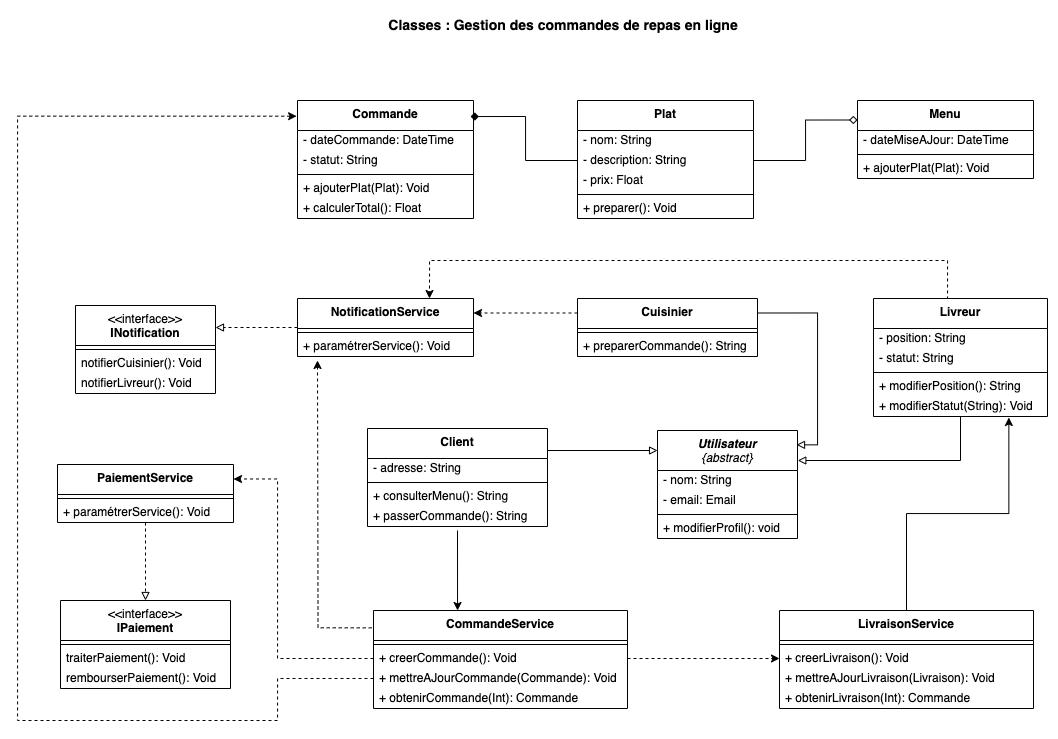
This is Semaine 1 - UML/images/05-example.png from nicolasvauchenet/cours_methodologie, a draw.io export, as it was before one commit. Source tidied: cells renumbered, new cells last; positions are measured from the earlier drawing's top-left corner, leaving out a move shared by most shapes.
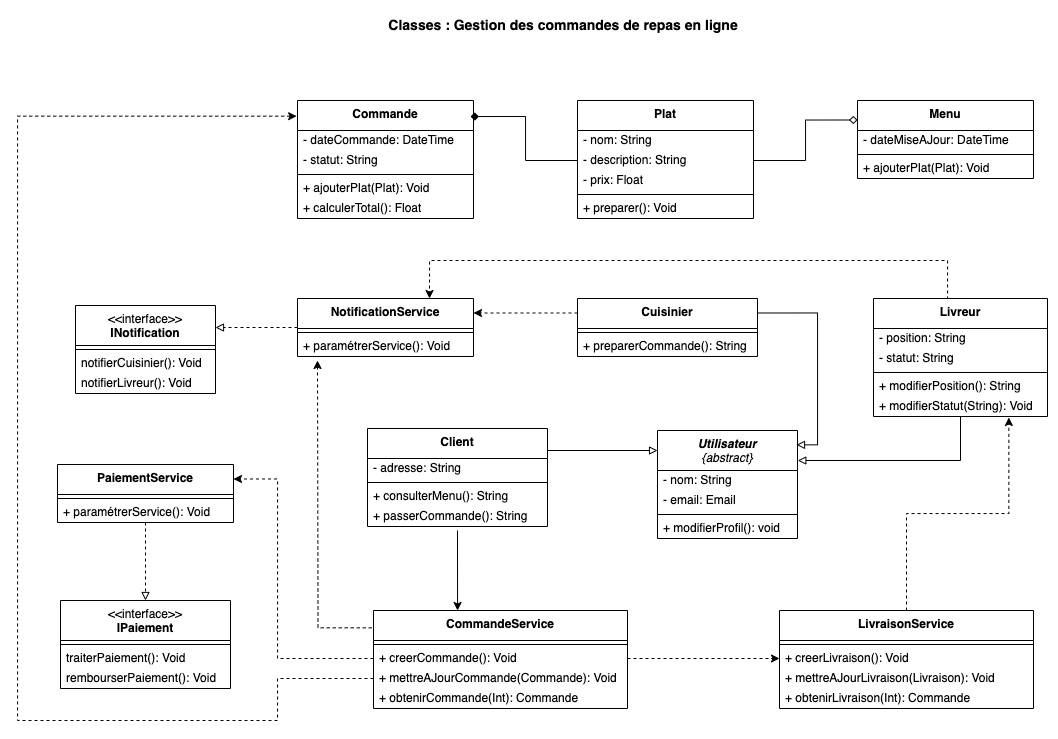
Later version of the same file.

Commit message:
UML - Classes - OK

What changed in the source:
```diff
@@ -262,7 +262,7 @@
         </Array>
       </mxGeometry>
     </mxCell>
-    <mxCell id="76" style="edgeStyle=orthogonalEdgeStyle;rounded=0;jettySize=auto;html=1;entryX=0.778;entryY=1.05;entryDx=0;entryDy=0;entryPerimeter=0;" parent="1" edge="1" source="68" target="23">
+    <mxCell id="76" style="edgeStyle=orthogonalEdgeStyle;rounded=0;jettySize=auto;html=1;entryX=0.778;entryY=1.05;entryDx=0;entryDy=0;entryPerimeter=0;dashed=1;" parent="1" edge="1" source="68" target="23">
       <mxGeometry relative="1" as="geometry" />
     </mxCell>
   </root>
```
